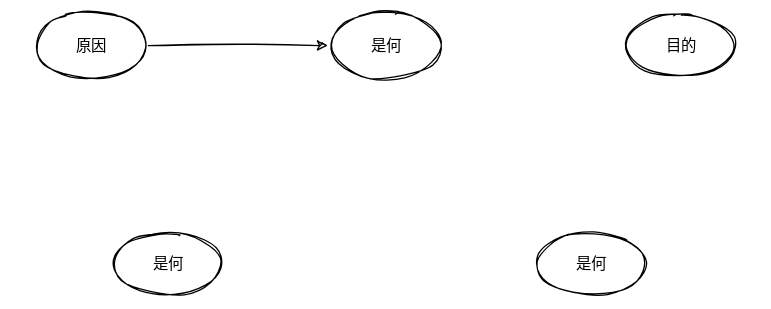
Earlier version of the draw.io export 笔记/通用概念/Untitled Diagram.svg (Echo-Yanglulu/obsidianPrivateNote). Source tidied: cells renumbered, new cells last; positions are measured from the earlier drawing's top-left corner, leaving out a move shared by most shapes.
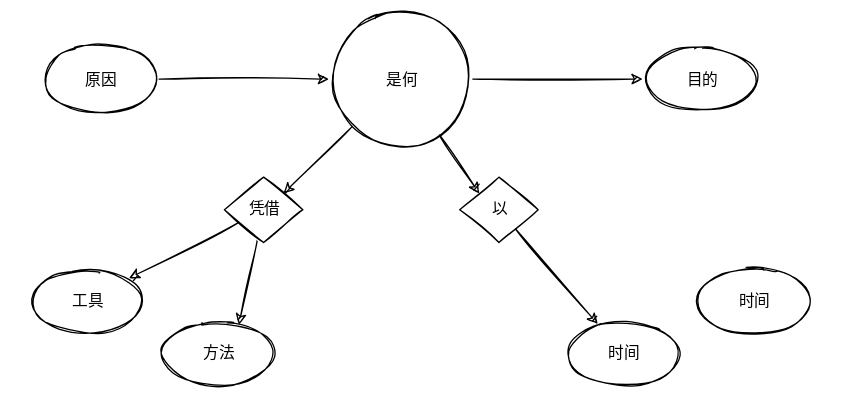
Later version of the same file.

The edit, as a diff of the source:
```diff
@@ -2,8 +2,17 @@
   <root>
     <mxCell id="0" />
     <mxCell id="1" parent="0" />
+    <mxCell id="8" style="edgeStyle=none;html=1;" parent="1" edge="1" source="2" target="5">
+      <mxGeometry relative="1" as="geometry" />
+    </mxCell>
+    <mxCell id="9" style="edgeStyle=none;html=1;entryX=1;entryY=0;entryDx=0;entryDy=0;" parent="1" edge="1" source="2" target="13">
+      <mxGeometry relative="1" as="geometry" />
+    </mxCell>
+    <mxCell id="10" style="edgeStyle=none;html=1;entryX=0;entryY=0;entryDx=0;entryDy=0;" parent="1" edge="1" source="2" target="16">
+      <mxGeometry relative="1" as="geometry" />
+    </mxCell>
     <mxCell id="2" value="是何" style="ellipse;whiteSpace=wrap;html=1;" parent="1" vertex="1">
-      <mxGeometry x="230" width="90" height="50" as="geometry" />
+      <mxGeometry x="220" y="-25" width="110" height="100" as="geometry" />
     </mxCell>
     <mxCell id="3" style="edgeStyle=none;html=1;" parent="1" edge="1" source="4" target="2">
       <mxGeometry relative="1" as="geometry" />
@@ -14,11 +23,32 @@
     <mxCell id="5" value="目的" style="ellipse;whiteSpace=wrap;html=1;" parent="1" vertex="1">
       <mxGeometry x="460" width="90" height="50" as="geometry" />
     </mxCell>
-    <mxCell id="6" value="是何" style="ellipse;whiteSpace=wrap;html=1;" parent="1" vertex="1">
-      <mxGeometry x="60" y="170" width="90" height="50" as="geometry" />
+    <mxCell id="6" value="工具" style="ellipse;whiteSpace=wrap;html=1;" parent="1" vertex="1">
+      <mxGeometry x="-10" y="170" width="90" height="50" as="geometry" />
     </mxCell>
-    <mxCell id="7" value="是何" style="ellipse;whiteSpace=wrap;html=1;" parent="1" vertex="1">
-      <mxGeometry x="390" y="170" width="90" height="50" as="geometry" />
+    <mxCell id="7" value="时间" style="ellipse;whiteSpace=wrap;html=1;" parent="1" vertex="1">
+      <mxGeometry x="400" y="210" width="90" height="50" as="geometry" />
     </mxCell>
+    <mxCell id="11" style="edgeStyle=none;html=1;entryX=1;entryY=0;entryDx=0;entryDy=0;" parent="1" edge="1" source="13" target="6">
+      <mxGeometry relative="1" as="geometry" />
+    </mxCell>
+    <mxCell id="12" style="edgeStyle=none;html=1;entryX=0.678;entryY=0.06;entryDx=0;entryDy=0;entryPerimeter=0;" parent="1" edge="1" source="13" target="14">
+      <mxGeometry relative="1" as="geometry" />
+    </mxCell>
+    <mxCell id="13" value="凭借" style="rhombus;whiteSpace=wrap;html=1;" parent="1" vertex="1">
+      <mxGeometry x="140" y="100" width="60" height="50" as="geometry" />
+    </mxCell>
+    <mxCell id="14" value="方法" style="ellipse;whiteSpace=wrap;html=1;" parent="1" vertex="1">
+      <mxGeometry x="90" y="210" width="90" height="50" as="geometry" />
+    </mxCell>
+    <mxCell id="15" style="edgeStyle=none;html=1;" parent="1" edge="1" source="16" target="7">
+      <mxGeometry relative="1" as="geometry" />
+    </mxCell>
+    <mxCell id="16" value="以" style="rhombus;whiteSpace=wrap;html=1;" parent="1" vertex="1">
+      <mxGeometry x="320" y="100" width="60" height="50" as="geometry" />
+    </mxCell>
+    <mxCell id="17" value="时间" style="ellipse;whiteSpace=wrap;html=1;" parent="1" vertex="1">
+      <mxGeometry x="500" y="170" width="90" height="50" as="geometry" />
+    </mxCell>
   </root>
 </mxGraphModel>
```
